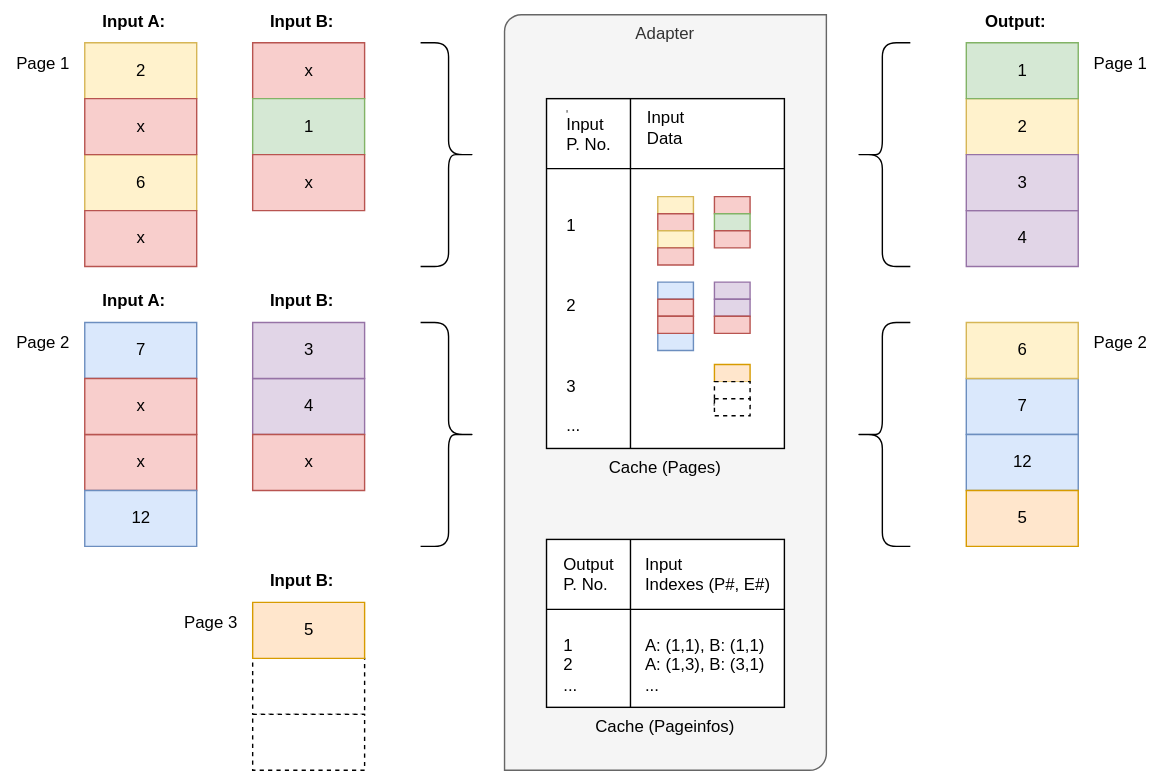
Before: images/MergeResponsesKomplexSolutionWithCache.svg, a diagram exported from draw.io (cwahlmann/searchadapter). Source tidied: cells renumbered, new cells last; positions are measured from the earlier drawing's top-left corner, leaving out a move shared by most shapes.
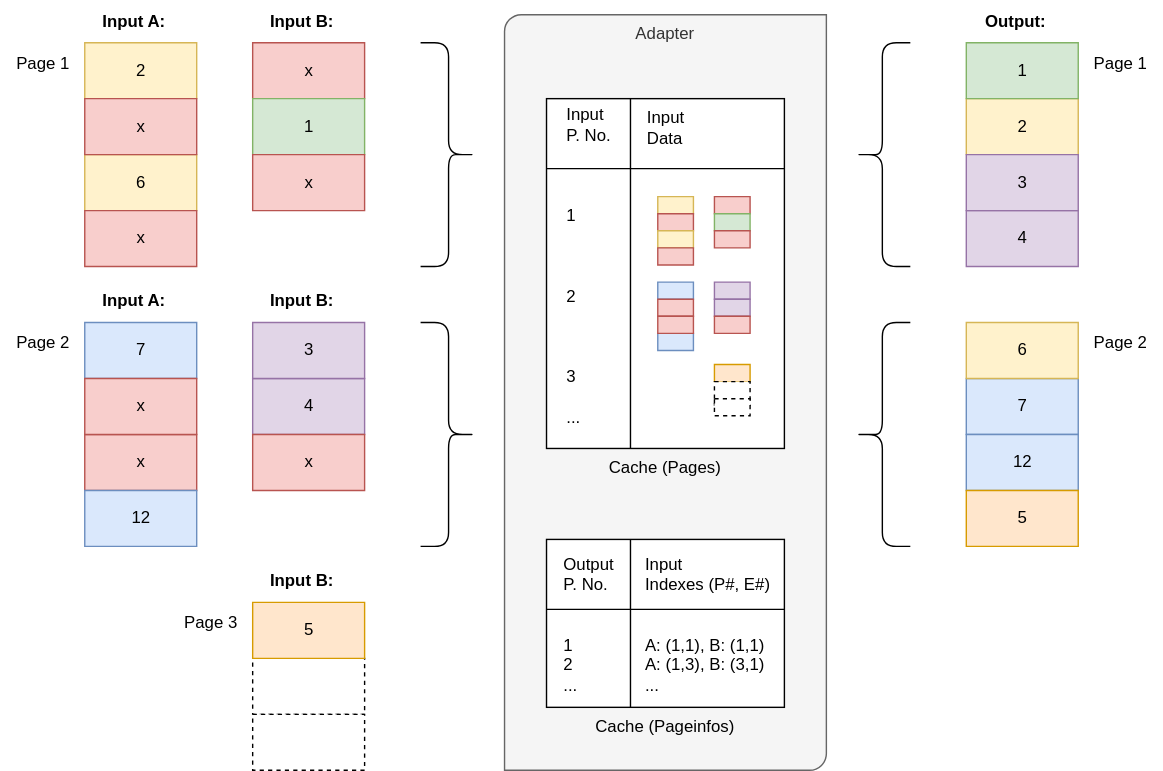
After the change.

Commit message:
Dokumentation: Einleitung ergänzt

Change to the diagram source:
```diff
@@ -146,8 +146,8 @@
     <mxCell id="49" value="Cache (Pages)" style="shape=internalStorage;whiteSpace=wrap;html=1;backgroundOutline=1;labelPosition=center;verticalLabelPosition=bottom;align=center;verticalAlign=top;dx=60;dy=50;" parent="48" vertex="1">
       <mxGeometry width="170" height="250" as="geometry" />
     </mxCell>
-    <mxCell id="50" value="&lt;div style=&quot;text-align: left;&quot;&gt;R&lt;/div&gt;&lt;div style=&quot;text-align: left; font-size: 12px;&quot;&gt;&lt;font style=&quot;font-size: 12px;&quot;&gt;Input&lt;/font&gt;&lt;/div&gt;&lt;font style=&quot;font-size: 12px;&quot;&gt;&lt;div style=&quot;text-align: left;&quot;&gt;P. No.&lt;/div&gt;&lt;div style=&quot;font-size: 12px; text-align: left;&quot;&gt;&lt;br&gt;&lt;/div&gt;&lt;div style=&quot;font-size: 12px; text-align: left;&quot;&gt;&lt;span style=&quot;background-color: initial;&quot;&gt;&lt;br&gt;&lt;/span&gt;&lt;/div&gt;&lt;div style=&quot;font-size: 12px; text-align: left;&quot;&gt;&lt;br&gt;&lt;/div&gt;&lt;div style=&quot;font-size: 12px; text-align: left;&quot;&gt;1&lt;/div&gt;&lt;div style=&quot;font-size: 12px; text-align: left;&quot;&gt;&lt;span style=&quot;background-color: initial;&quot;&gt;&lt;br&gt;&lt;/span&gt;&lt;/div&gt;&lt;div style=&quot;font-size: 12px; text-align: left;&quot;&gt;&lt;span style=&quot;background-color: initial;&quot;&gt;&lt;br&gt;&lt;/span&gt;&lt;/div&gt;&lt;div style=&quot;font-size: 12px; text-align: left;&quot;&gt;&lt;span style=&quot;background-color: initial;&quot;&gt;&lt;br&gt;&lt;/span&gt;&lt;/div&gt;&lt;div style=&quot;font-size: 12px; text-align: left;&quot;&gt;2&lt;/div&gt;&lt;div style=&quot;font-size: 12px; text-align: left;&quot;&gt;&lt;br&gt;&lt;/div&gt;&lt;div style=&quot;font-size: 12px; text-align: left;&quot;&gt;&lt;br&gt;&lt;/div&gt;&lt;div style=&quot;font-size: 12px; text-align: left;&quot;&gt;&lt;br&gt;&lt;/div&gt;&lt;div style=&quot;font-size: 12px; text-align: left;&quot;&gt;3&lt;/div&gt;&lt;div style=&quot;font-size: 12px; text-align: left;&quot;&gt;&lt;br&gt;&lt;/div&gt;&lt;div style=&quot;font-size: 12px; text-align: left;&quot;&gt;...&lt;/div&gt;&lt;/font&gt;" style="text;html=1;align=center;verticalAlign=middle;strokeColor=none;fillColor=none;fontSize=2;" parent="48" vertex="1">
-      <mxGeometry width="60" height="250" as="geometry" />
+    <mxCell id="50" value="&lt;div style=&quot;text-align: left;&quot;&gt;&lt;span style=&quot;font-size: 12px; background-color: initial;&quot;&gt;Input&lt;/span&gt;&lt;br&gt;&lt;/div&gt;&lt;font style=&quot;font-size: 12px;&quot;&gt;&lt;div style=&quot;text-align: left;&quot;&gt;P. No.&lt;/div&gt;&lt;div style=&quot;font-size: 12px; text-align: left;&quot;&gt;&lt;br&gt;&lt;/div&gt;&lt;div style=&quot;font-size: 12px; text-align: left;&quot;&gt;&lt;span style=&quot;background-color: initial;&quot;&gt;&lt;br&gt;&lt;/span&gt;&lt;/div&gt;&lt;div style=&quot;font-size: 12px; text-align: left;&quot;&gt;&lt;br&gt;&lt;/div&gt;&lt;div style=&quot;font-size: 12px; text-align: left;&quot;&gt;1&lt;/div&gt;&lt;div style=&quot;font-size: 12px; text-align: left;&quot;&gt;&lt;span style=&quot;background-color: initial;&quot;&gt;&lt;br&gt;&lt;/span&gt;&lt;/div&gt;&lt;div style=&quot;font-size: 12px; text-align: left;&quot;&gt;&lt;span style=&quot;background-color: initial;&quot;&gt;&lt;br&gt;&lt;/span&gt;&lt;/div&gt;&lt;div style=&quot;font-size: 12px; text-align: left;&quot;&gt;&lt;span style=&quot;background-color: initial;&quot;&gt;&lt;br&gt;&lt;/span&gt;&lt;/div&gt;&lt;div style=&quot;font-size: 12px; text-align: left;&quot;&gt;2&lt;/div&gt;&lt;div style=&quot;font-size: 12px; text-align: left;&quot;&gt;&lt;br&gt;&lt;/div&gt;&lt;div style=&quot;font-size: 12px; text-align: left;&quot;&gt;&lt;br&gt;&lt;/div&gt;&lt;div style=&quot;font-size: 12px; text-align: left;&quot;&gt;&lt;br&gt;&lt;/div&gt;&lt;div style=&quot;font-size: 12px; text-align: left;&quot;&gt;3&lt;/div&gt;&lt;div style=&quot;font-size: 12px; text-align: left;&quot;&gt;&lt;br&gt;&lt;/div&gt;&lt;div style=&quot;font-size: 12px; text-align: left;&quot;&gt;...&lt;/div&gt;&lt;/font&gt;" style="text;html=1;align=center;verticalAlign=middle;strokeColor=none;fillColor=none;fontSize=2;" parent="48" vertex="1">
+      <mxGeometry width="60" height="240" as="geometry" />
     </mxCell>
     <mxCell id="51" value="&lt;div style=&quot;text-align: left;&quot;&gt;&lt;br&gt;&lt;/div&gt;&lt;font style=&quot;font-size: 12px;&quot;&gt;&lt;div style=&quot;text-align: left;&quot;&gt;Input&lt;/div&gt;&lt;div style=&quot;text-align: left;&quot;&gt;Data&lt;/div&gt;&lt;/font&gt;" style="text;html=1;align=center;verticalAlign=middle;strokeColor=none;fillColor=none;fontSize=2;" parent="48" vertex="1">
       <mxGeometry x="60" width="50" height="40" as="geometry" />
```
